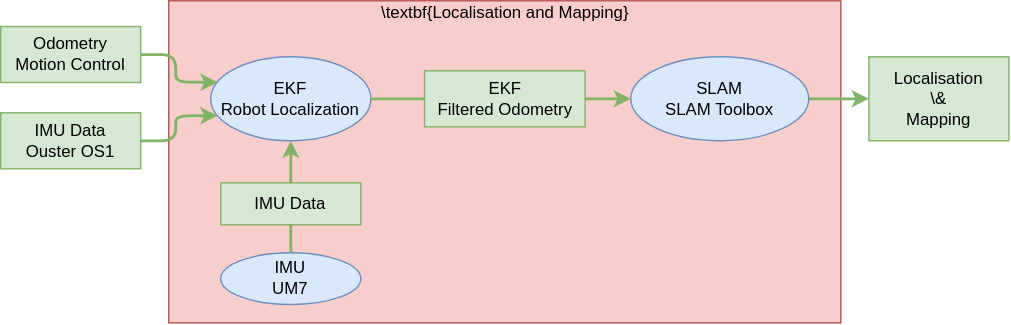
orjano-max/ORJANOS_MASTER_REPO keeps this draw.io diagram as Figures/figLocMapping.drawio.svg. Above is the earlier version. Source tidied: cells renumbered, new cells last; positions are measured from the earlier drawing's top-left corner, leaving out a move shared by most shapes.
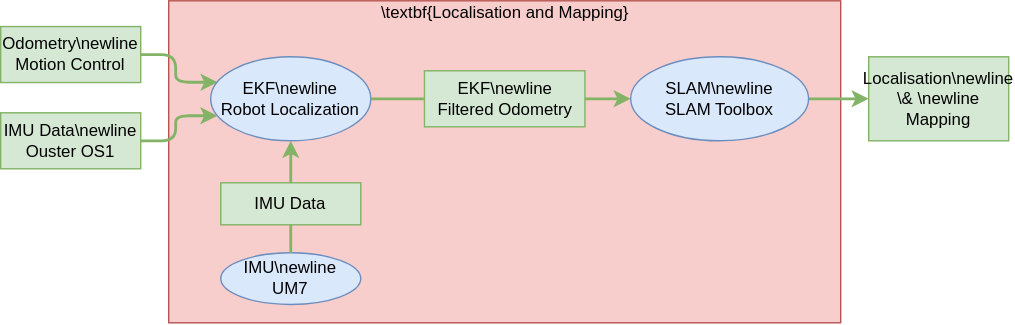
Above is the later version.

Diff of the diagram source:
```diff
@@ -5,10 +5,10 @@
     <mxCell id="2" style="rounded=0;whiteSpace=wrap;html=1;fillColor=#f8cecc;strokeColor=#b85450;" parent="1" vertex="1">
       <mxGeometry x="120" width="480" height="230" as="geometry" />
     </mxCell>
-    <mxCell id="3" value="IMU Data&lt;br&gt;Ouster OS1" style="rounded=0;whiteSpace=wrap;html=1;fillColor=#d5e8d4;strokeColor=#82b366;" parent="1" vertex="1">
+    <mxCell id="3" value="IMU Data\newline&lt;br&gt;Ouster OS1" style="rounded=0;whiteSpace=wrap;html=1;fillColor=#d5e8d4;strokeColor=#82b366;" parent="1" vertex="1">
       <mxGeometry y="80" width="100" height="40" as="geometry" />
     </mxCell>
-    <mxCell id="4" value="Odometry&lt;br&gt;Motion Control&lt;b&gt;&lt;br&gt;&lt;/b&gt;" style="rounded=0;whiteSpace=wrap;html=1;fillColor=#d5e8d4;strokeColor=#82b366;" parent="1" vertex="1">
+    <mxCell id="4" value="Odometry\newline&lt;br&gt;Motion Control&lt;b&gt;&lt;br&gt;&lt;/b&gt;" style="rounded=0;whiteSpace=wrap;html=1;fillColor=#d5e8d4;strokeColor=#82b366;" parent="1" vertex="1">
       <mxGeometry y="18.4" width="100" height="40" as="geometry" />
     </mxCell>
     <mxCell id="5" style="edgeStyle=orthogonalEdgeStyle;jettySize=auto;html=1;fillColor=#d5e8d4;strokeColor=#82b366;strokeWidth=2;rounded=1;exitX=1;exitY=0.5;exitDx=0;exitDy=0;entryX=0.042;entryY=0.702;entryDx=0;entryDy=0;entryPerimeter=0;" parent="1" edge="1" source="3" target="12">
@@ -17,7 +17,7 @@
     <mxCell id="6" style="edgeStyle=orthogonalEdgeStyle;jettySize=auto;html=1;fillColor=#d5e8d4;strokeColor=#82b366;strokeWidth=2;rounded=1;exitX=1;exitY=0.5;exitDx=0;exitDy=0;entryX=0.043;entryY=0.303;entryDx=0;entryDy=0;entryPerimeter=0;" parent="1" edge="1" source="4" target="12">
       <mxGeometry relative="1" as="geometry" />
     </mxCell>
-    <mxCell id="7" value="Localisation&lt;br&gt;&lt;div&gt;\&amp;amp;&lt;/div&gt;&lt;div&gt;Mapping&lt;b&gt;&lt;br&gt;&lt;/b&gt;&lt;/div&gt;" style="rounded=0;whiteSpace=wrap;html=1;fillColor=#d5e8d4;strokeColor=#82b366;" parent="1" vertex="1">
+    <mxCell id="7" value="Localisation\newline&lt;div&gt;\&amp;amp; \newline&lt;/div&gt;&lt;div&gt;Mapping&lt;b&gt;&lt;br&gt;&lt;/b&gt;&lt;/div&gt;" style="rounded=0;whiteSpace=wrap;html=1;fillColor=#d5e8d4;strokeColor=#82b366;" parent="1" vertex="1">
       <mxGeometry x="620" y="40" width="100" height="60" as="geometry" />
     </mxCell>
     <mxCell id="8" style="edgeStyle=orthogonalEdgeStyle;jettySize=auto;html=1;fillColor=#d5e8d4;strokeColor=#82b366;strokeWidth=2;rounded=1;exitX=1;exitY=0.5;exitDx=0;exitDy=0;entryX=0;entryY=0.5;entryDx=0;entryDy=0;" parent="1" edge="1" source="13" target="7">
@@ -26,16 +26,16 @@
     <mxCell id="9" value="\textbf{Localisation and Mapping}" style="text;html=1;strokeColor=none;fillColor=none;align=center;verticalAlign=middle;whiteSpace=wrap;rounded=0;" parent="1" vertex="1">
       <mxGeometry x="238.7" width="242.6" height="18.4" as="geometry" />
     </mxCell>
-    <mxCell id="10" value="IMU&lt;br&gt;&lt;span style=&quot;&quot;&gt;UM7&lt;br&gt;&lt;/span&gt;" style="ellipse;whiteSpace=wrap;html=1;fillColor=#dae8fc;strokeColor=#6c8ebf;fontStyle=0;" parent="1" vertex="1">
+    <mxCell id="10" value="IMU\newline&lt;br&gt;&lt;span style=&quot;&quot;&gt;UM7&lt;br&gt;&lt;/span&gt;" style="ellipse;whiteSpace=wrap;html=1;fillColor=#dae8fc;strokeColor=#6c8ebf;fontStyle=0;" parent="1" vertex="1">
       <mxGeometry x="157.2" y="180" width="100" height="36.9" as="geometry" />
     </mxCell>
-    <mxCell id="11" value="EKF&lt;br&gt;Filtered Odometry&lt;b&gt;&lt;br&gt;&lt;/b&gt;" style="rounded=0;whiteSpace=wrap;html=1;fillColor=#d5e8d4;strokeColor=#82b366;" parent="1" vertex="1">
+    <mxCell id="11" value="EKF\newline&lt;br&gt;Filtered Odometry&lt;b&gt;&lt;br&gt;&lt;/b&gt;" style="rounded=0;whiteSpace=wrap;html=1;fillColor=#d5e8d4;strokeColor=#82b366;" parent="1" vertex="1">
       <mxGeometry x="302.7" y="50" width="114.6" height="40" as="geometry" />
     </mxCell>
-    <mxCell id="12" value="&lt;span style=&quot;&quot;&gt;EKF&lt;br&gt;Robot Localization&lt;/span&gt;" style="ellipse;whiteSpace=wrap;html=1;fillColor=#dae8fc;strokeColor=#6c8ebf;fontStyle=0;" parent="1" vertex="1">
+    <mxCell id="12" value="EKF\newline&lt;br&gt;&lt;span style=&quot;&quot;&gt;Robot Localization&lt;/span&gt;" style="ellipse;whiteSpace=wrap;html=1;fillColor=#dae8fc;strokeColor=#6c8ebf;fontStyle=0;" parent="1" vertex="1">
       <mxGeometry x="150" y="40" width="114.4" height="60" as="geometry" />
     </mxCell>
-    <mxCell id="13" value="SLAM&lt;br&gt;SLAM Toolbox" style="ellipse;whiteSpace=wrap;html=1;fillColor=#dae8fc;strokeColor=#6c8ebf;fontStyle=0;" parent="1" vertex="1">
+    <mxCell id="13" value="SLAM\newline&lt;br&gt;SLAM Toolbox" style="ellipse;whiteSpace=wrap;html=1;fillColor=#dae8fc;strokeColor=#6c8ebf;fontStyle=0;" parent="1" vertex="1">
       <mxGeometry x="450" y="40" width="127.1" height="60" as="geometry" />
     </mxCell>
     <mxCell id="14" value="IMU Data" style="rounded=0;whiteSpace=wrap;html=1;fillColor=#d5e8d4;strokeColor=#82b366;" parent="1" vertex="1">
```
